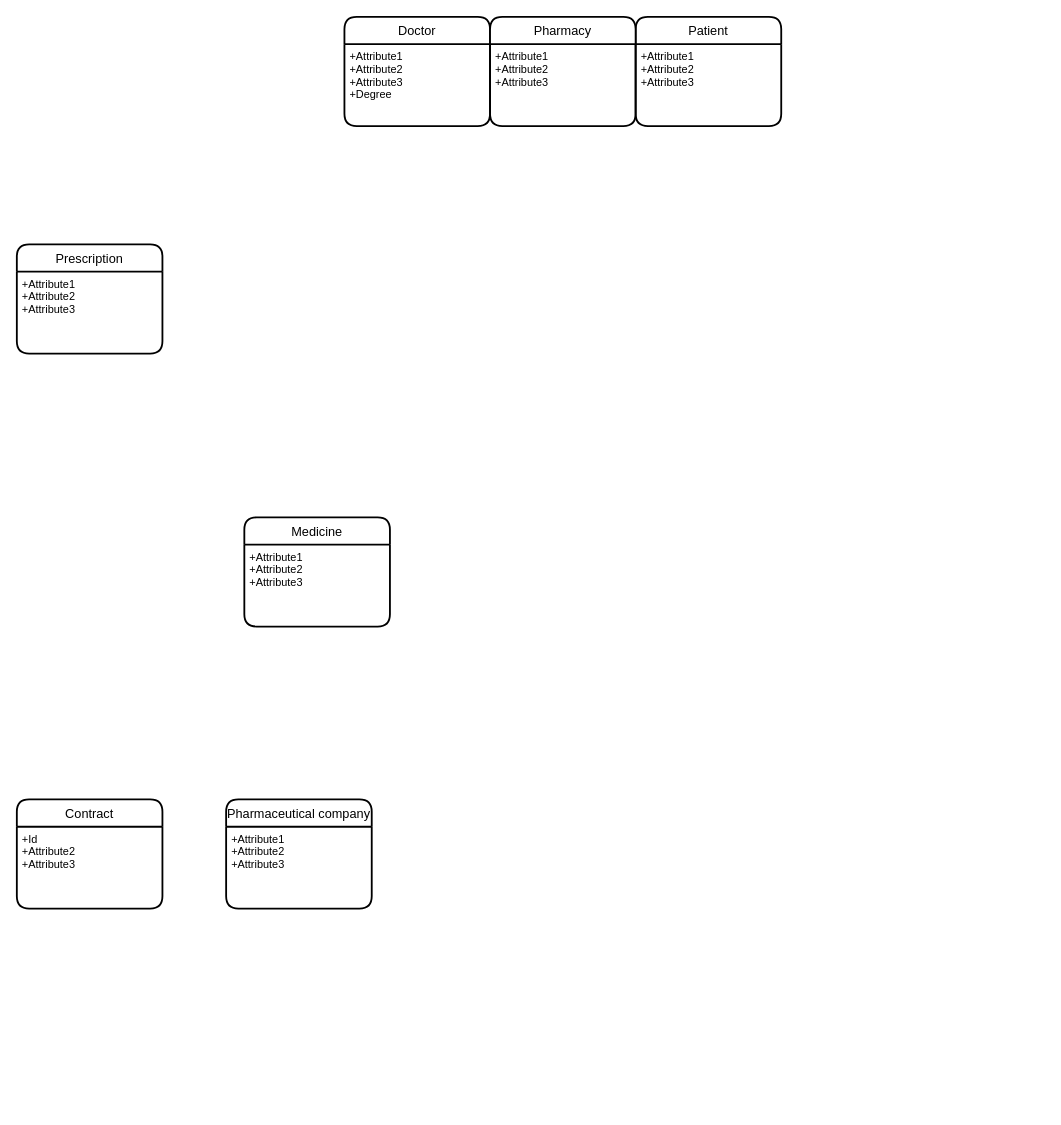
Earlier version of the draw.io diagram Untitled Diagram.drawio (yasharzb/Health-Management). Source tidied: cells renumbered, new cells numbered last; positions are measured from the earlier drawing's top-left corner, leaving out a move shared by most shapes. Both pictures are drawn from the tidied source at 91%, with x=0, y=0 at pixel (16, 16).
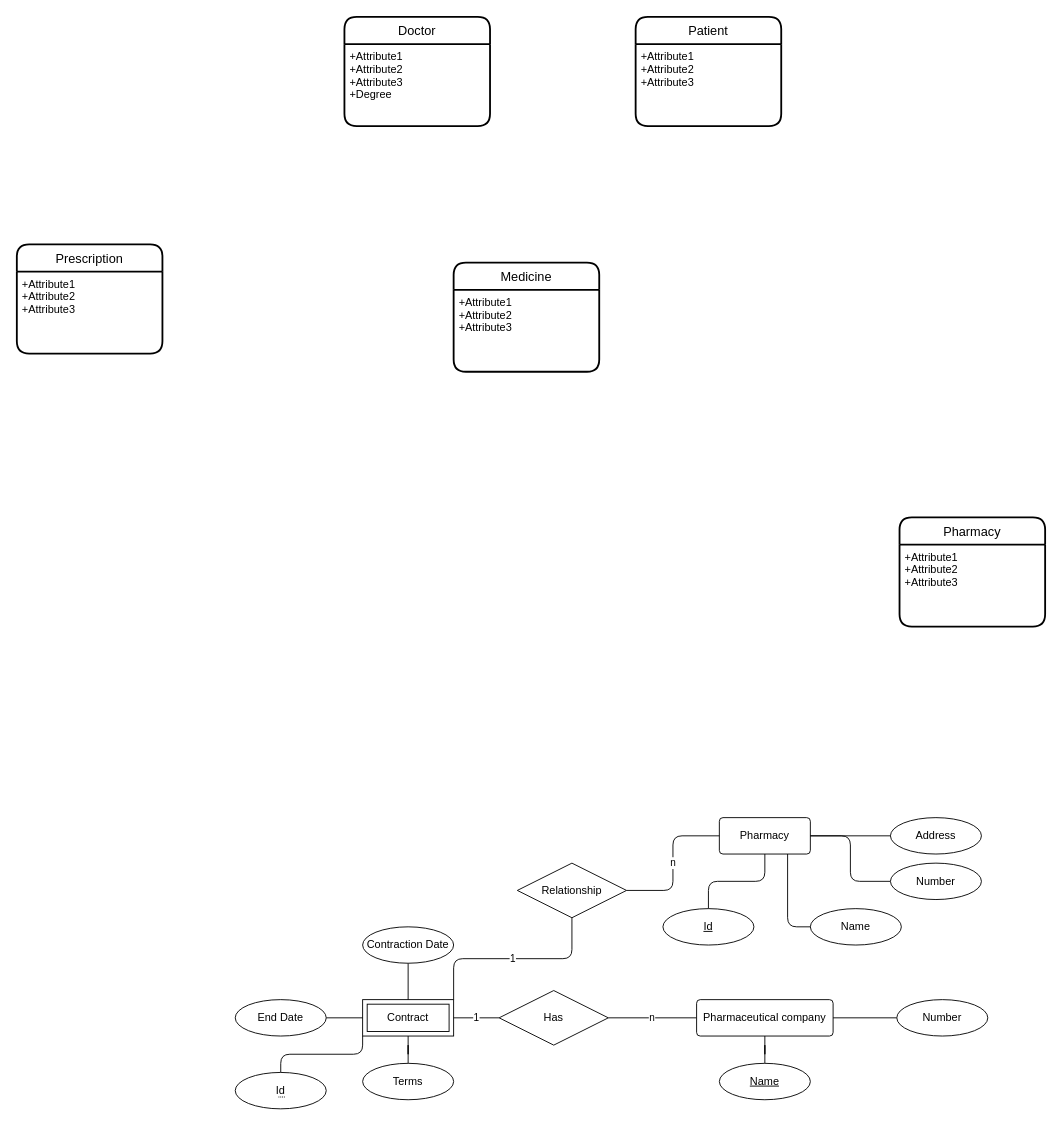
The same page after the edit.

Commit message:
Design production diagram

What changed in the source:
```diff
@@
     <mxCell id="4" value="Medicine" style="swimlane;horizontal=1;startSize=30;rounded=1;fontSize=14;fontStyle=0;strokeWidth=2;shadow=0;dashed=0;align=center;" parent="1" vertex="1">
-      <mxGeometry x="250" y="550" width="160" height="120" as="geometry" />
+      <mxGeometry x="480" y="270" width="160" height="120" as="geometry" />
     </mxCell>
@@
-    <mxCell id="8" value="Contract" style="swimlane;horizontal=1;startSize=30;rounded=1;fontSize=14;fontStyle=0;strokeWidth=2;shadow=0;dashed=0;align=center;" parent="1" vertex="1">
-      <mxGeometry y="860" width="160" height="120" as="geometry" />
-    </mxCell>
-    <mxCell id="9" value="+Id&#10;+Attribute2&#10;+Attribute3" style="align=left;strokeColor=none;fillColor=none;spacingLeft=4;fontSize=12;verticalAlign=top;" parent="8" vertex="1">
-      <mxGeometry y="30" width="160" height="90" as="geometry" />
-    </mxCell>
-    <mxCell id="10" value="Pharmaceutical company" style="swimlane;horizontal=1;startSize=30;rounded=1;fontSize=14;fontStyle=0;strokeWidth=2;shadow=0;dashed=0;align=center;" parent="1" vertex="1">
-      <mxGeometry x="230" y="860" width="160" height="120" as="geometry" />
-    </mxCell>
-    <mxCell id="11" value="+Attribute1&#10;+Attribute2&#10;+Attribute3" style="align=left;strokeColor=none;fillColor=none;spacingLeft=4;fontSize=12;verticalAlign=top;" parent="10" vertex="1">
-      <mxGeometry y="30" width="160" height="90" as="geometry" />
-    </mxCell>
     <mxCell id="12" value="Pharmacy" style="swimlane;horizontal=1;startSize=30;rounded=1;fontSize=14;fontStyle=0;strokeWidth=2;shadow=0;dashed=0;align=center;" parent="1" vertex="1">
-      <mxGeometry x="520" width="160" height="120" as="geometry" />
+      <mxGeometry x="970" y="550" width="160" height="120" as="geometry" />
     </mxCell>
@@
+    <mxCell id="16" value="1" style="edgeStyle=orthogonalEdgeStyle;rounded=1;jettySize=auto;html=1;exitX=1;exitY=0;exitDx=0;exitDy=0;entryX=0.5;entryY=1;entryDx=0;entryDy=0;endArrow=none;endFill=0;strokeColor=#000000;" parent="1" edge="1" source="8" target="34">
+      <mxGeometry relative="1" as="geometry" />
+    </mxCell>
+    <mxCell id="8" value="Contract" style="shape=ext;margin=3;double=1;whiteSpace=wrap;html=1;align=center;" parent="1" vertex="1">
+      <mxGeometry x="380" y="1080" width="100" height="40" as="geometry" />
+    </mxCell>
+    <mxCell id="17" style="edgeStyle=orthogonalEdgeStyle;rounded=0;jettySize=auto;html=1;endArrow=none;endFill=0;" parent="1" edge="1" source="18" target="8">
+      <mxGeometry relative="1" as="geometry" />
+    </mxCell>
+    <mxCell id="18" value="Contraction Date" style="ellipse;whiteSpace=wrap;html=1;align=center;" parent="1" vertex="1">
+      <mxGeometry x="380" y="1000" width="100" height="40" as="geometry" />
+    </mxCell>
+    <mxCell id="19" style="edgeStyle=orthogonalEdgeStyle;rounded=0;jettySize=auto;html=1;endArrow=none;endFill=0;" parent="1" edge="1" source="20" target="8">
+      <mxGeometry relative="1" as="geometry" />
+    </mxCell>
+    <mxCell id="20" value="&lt;div&gt;End Date&lt;/div&gt;" style="ellipse;whiteSpace=wrap;html=1;align=center;" parent="1" vertex="1">
+      <mxGeometry x="240" y="1080" width="100" height="40" as="geometry" />
+    </mxCell>
+    <mxCell id="21" style="edgeStyle=orthogonalEdgeStyle;rounded=0;jettySize=auto;html=1;endArrow=none;endFill=0;" parent="1" edge="1" source="22" target="8">
+      <mxGeometry relative="1" as="geometry" />
+    </mxCell>
+    <mxCell id="22" value="Terms" style="ellipse;whiteSpace=wrap;html=1;align=center;" parent="1" vertex="1">
+      <mxGeometry x="380" y="1150" width="100" height="40" as="geometry" />
+    </mxCell>
+    <mxCell id="23" value="n" style="edgeStyle=orthogonalEdgeStyle;rounded=0;jettySize=auto;html=1;endArrow=none;endFill=0;" parent="1" edge="1" source="10" target="29">
+      <mxGeometry relative="1" as="geometry" />
+    </mxCell>
+    <mxCell id="10" value="Pharmaceutical company" style="rounded=1;arcSize=10;whiteSpace=wrap;html=1;align=center;" parent="1" vertex="1">
+      <mxGeometry x="747" y="1080" width="150" height="40" as="geometry" />
+    </mxCell>
+    <mxCell id="24" style="edgeStyle=orthogonalEdgeStyle;rounded=0;jettySize=auto;html=1;endArrow=none;endFill=0;" parent="1" edge="1" source="25" target="10">
+      <mxGeometry relative="1" as="geometry" />
+    </mxCell>
+    <mxCell id="25" value="Name" style="ellipse;whiteSpace=wrap;html=1;align=center;fontStyle=4;" parent="1" vertex="1">
+      <mxGeometry x="772" y="1150" width="100" height="40" as="geometry" />
+    </mxCell>
+    <mxCell id="26" style="edgeStyle=orthogonalEdgeStyle;rounded=0;jettySize=auto;html=1;endArrow=none;endFill=0;" parent="1" edge="1" source="27" target="10">
+      <mxGeometry relative="1" as="geometry" />
+    </mxCell>
+    <mxCell id="27" value="Number" style="ellipse;whiteSpace=wrap;html=1;align=center;" parent="1" vertex="1">
+      <mxGeometry x="967" y="1080" width="100" height="40" as="geometry" />
+    </mxCell>
+    <mxCell id="28" value="1" style="edgeStyle=orthogonalEdgeStyle;rounded=0;jettySize=auto;html=1;endArrow=none;endFill=0;" parent="1" edge="1" source="29" target="8">
+      <mxGeometry relative="1" as="geometry" />
+    </mxCell>
+    <mxCell id="29" value="Has" style="shape=rhombus;perimeter=rhombusPerimeter;whiteSpace=wrap;html=1;align=center;" parent="1" vertex="1">
+      <mxGeometry x="530" y="1070" width="120" height="60" as="geometry" />
+    </mxCell>
+    <mxCell id="30" style="edgeStyle=orthogonalEdgeStyle;jettySize=auto;html=1;exitX=0.5;exitY=0;exitDx=0;exitDy=0;entryX=0;entryY=1;entryDx=0;entryDy=0;endArrow=none;endFill=0;strokeColor=#000000;rounded=1;" parent="1" edge="1" source="31" target="8">
+      <mxGeometry relative="1" as="geometry" />
+    </mxCell>
+    <mxCell id="31" value="&lt;span style=&quot;border-bottom: 1px dotted&quot;&gt;Id&lt;/span&gt;" style="ellipse;whiteSpace=wrap;html=1;align=center;" parent="1" vertex="1">
+      <mxGeometry x="240" y="1160" width="100" height="40" as="geometry" />
+    </mxCell>
+    <mxCell id="32" value="Pharmacy" style="rounded=1;arcSize=10;whiteSpace=wrap;html=1;align=center;" parent="1" vertex="1">
+      <mxGeometry x="772" y="880" width="100" height="40" as="geometry" />
+    </mxCell>
+    <mxCell id="33" value="n" style="edgeStyle=orthogonalEdgeStyle;rounded=1;jettySize=auto;html=1;exitX=1;exitY=0.5;exitDx=0;exitDy=0;entryX=0;entryY=0.5;entryDx=0;entryDy=0;endArrow=none;endFill=0;strokeColor=#000000;" parent="1" edge="1" source="34" target="32">
+      <mxGeometry relative="1" as="geometry" />
+    </mxCell>
+    <mxCell id="34" value="Relationship" style="shape=rhombus;perimeter=rhombusPerimeter;whiteSpace=wrap;html=1;align=center;" parent="1" vertex="1">
+      <mxGeometry x="550" y="930" width="120" height="60" as="geometry" />
+    </mxCell>
+    <mxCell id="35" style="edgeStyle=orthogonalEdgeStyle;rounded=1;jettySize=auto;html=1;endArrow=none;endFill=0;strokeColor=#000000;" parent="1" edge="1" source="36" target="32">
+      <mxGeometry relative="1" as="geometry" />
+    </mxCell>
+    <mxCell id="36" value="Id" style="ellipse;whiteSpace=wrap;html=1;align=center;fontStyle=4;" parent="1" vertex="1">
+      <mxGeometry x="710" y="980" width="100" height="40" as="geometry" />
+    </mxCell>
+    <mxCell id="37" style="edgeStyle=orthogonalEdgeStyle;rounded=1;jettySize=auto;html=1;exitX=0;exitY=0.5;exitDx=0;exitDy=0;entryX=0.75;entryY=1;entryDx=0;entryDy=0;endArrow=none;endFill=0;strokeColor=#000000;" parent="1" edge="1" source="38" target="32">
+      <mxGeometry relative="1" as="geometry" />
+    </mxCell>
+    <mxCell id="38" value="Name" style="ellipse;whiteSpace=wrap;html=1;align=center;" parent="1" vertex="1">
+      <mxGeometry x="872" y="980" width="100" height="40" as="geometry" />
+    </mxCell>
+    <mxCell id="39" style="edgeStyle=orthogonalEdgeStyle;rounded=1;jettySize=auto;html=1;endArrow=none;endFill=0;strokeColor=#000000;" parent="1" edge="1" source="40" target="32">
+      <mxGeometry relative="1" as="geometry" />
+    </mxCell>
+    <mxCell id="40" value="Address" style="ellipse;whiteSpace=wrap;html=1;align=center;" parent="1" vertex="1">
+      <mxGeometry x="960" y="880" width="100" height="40" as="geometry" />
+    </mxCell>
+    <mxCell id="41" style="edgeStyle=orthogonalEdgeStyle;rounded=1;jettySize=auto;html=1;exitX=0;exitY=0.5;exitDx=0;exitDy=0;entryX=1;entryY=0.5;entryDx=0;entryDy=0;endArrow=none;endFill=0;strokeColor=#000000;" parent="1" edge="1" source="42" target="32">
+      <mxGeometry relative="1" as="geometry" />
+    </mxCell>
+    <mxCell id="42" value="Number" style="ellipse;whiteSpace=wrap;html=1;align=center;" parent="1" vertex="1">
+      <mxGeometry x="960" y="930" width="100" height="40" as="geometry" />
+    </mxCell>
```
